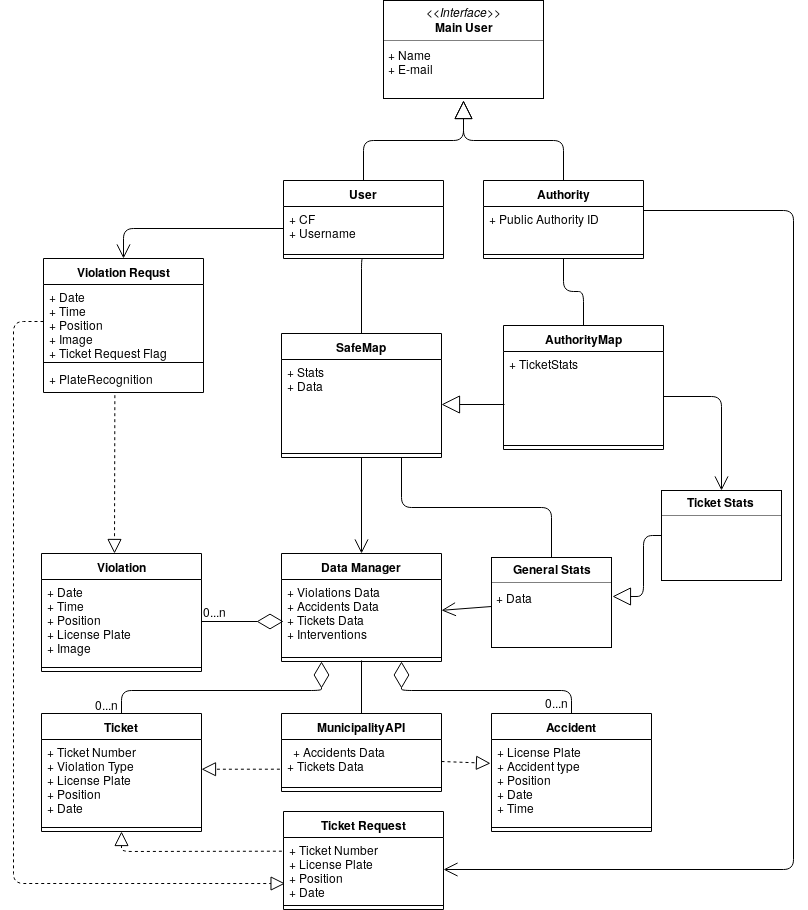
The draw.io diagram RASD2/Images/Diagrams/Class_Diagram.png in adrianomundo/FaddaMundoRota, before a commit. Source tidied: cells renumbered, new cells last; positions are measured from the earlier drawing's top-left corner, leaving out a move shared by most shapes.
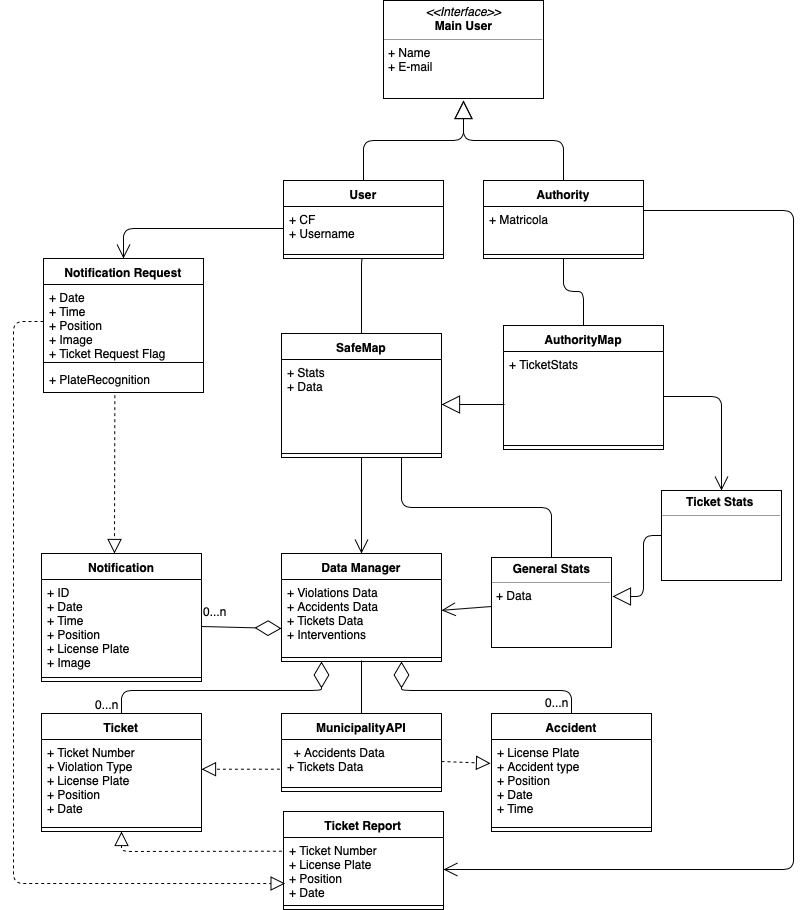
Later version of the same file.

Diff of the diagram source:
```diff
@@ -14,7 +14,7 @@
     <mxCell id="5" value="Authority" style="swimlane;fontStyle=1;align=center;verticalAlign=top;horizontal=1;startSize=26;fillColor=#ffffff;" parent="1" vertex="1">
       <mxGeometry x="470" y="180" width="160" height="78" as="geometry" />
     </mxCell>
-    <mxCell id="6" value="+ Public Authority ID" style="text;strokeColor=none;fillColor=none;align=left;verticalAlign=top;spacingLeft=4;spacingRight=4;overflow=hidden;points=[[0,0.5],[1,0.5]];portConstraint=eastwest;" parent="5" vertex="1">
+    <mxCell id="6" value="+ Matricola" style="text;strokeColor=none;fillColor=none;align=left;verticalAlign=top;spacingLeft=4;spacingRight=4;overflow=hidden;points=[[0,0.5],[1,0.5]];portConstraint=eastwest;" parent="5" vertex="1">
       <mxGeometry y="26" width="160" height="44" as="geometry" />
     </mxCell>
     <mxCell id="7" style="line;strokeWidth=1;fillColor=none;align=left;verticalAlign=middle;spacingTop=-1;spacingLeft=3;spacingRight=3;labelPosition=right;" parent="5" vertex="1">
@@ -41,7 +41,7 @@
     <mxCell id="10" value="&lt;p style=&quot;margin: 0px ; margin-top: 4px ; text-align: center&quot;&gt;&lt;i&gt;&amp;lt;&amp;lt;Interface&amp;gt;&amp;gt;&lt;/i&gt;&lt;br&gt;&lt;b&gt;Main User&lt;/b&gt;&lt;/p&gt;&lt;hr size=&quot;1&quot;&gt;&lt;p style=&quot;margin: 0px ; margin-left: 4px&quot;&gt;+ Name&lt;br&gt;+ E-mail&lt;/p&gt;&lt;p style=&quot;margin: 0px ; margin-left: 4px&quot;&gt;&lt;br&gt;&lt;/p&gt;" style="verticalAlign=top;align=left;overflow=fill;fontSize=12;fontFamily=Helvetica;html=1;rounded=0;fillColor=#ffffff;gradientColor=none;" parent="1" vertex="1">
       <mxGeometry x="370" width="160" height="98" as="geometry" />
     </mxCell>
-    <mxCell id="11" value="Violation Requst" style="swimlane;fontStyle=1;align=center;verticalAlign=top;horizontal=1;startSize=26;rounded=0;fillColor=#ffffff;gradientColor=none;" parent="1" vertex="1">
+    <mxCell id="11" value="Notification Request" style="swimlane;fontStyle=1;align=center;verticalAlign=top;horizontal=1;startSize=26;rounded=0;fillColor=#ffffff;gradientColor=none;" parent="1" vertex="1">
       <mxGeometry x="30" y="258" width="160" height="134" as="geometry" />
     </mxCell>
     <mxCell id="12" value="+ Date&#10;+ Time&#10;+ Position&#10;+ Image&#10;+ Ticket Request Flag" style="text;strokeColor=none;fillColor=none;align=left;verticalAlign=top;spacingLeft=4;spacingRight=4;overflow=hidden;points=[[0,0.5],[1,0.5]];portConstraint=eastwest;" parent="11" vertex="1">
@@ -53,14 +53,14 @@
     <mxCell id="14" value="+ PlateRecognition" style="text;strokeColor=none;fillColor=none;align=left;verticalAlign=top;spacingLeft=4;spacingRight=4;overflow=hidden;points=[[0,0.5],[1,0.5]];portConstraint=eastwest;" parent="11" vertex="1">
       <mxGeometry y="108" width="160" height="26" as="geometry" />
     </mxCell>
-    <mxCell id="15" value="Violation" style="swimlane;fontStyle=1;align=center;verticalAlign=top;horizontal=1;startSize=26;fillColor=#ffffff;" parent="1" vertex="1">
-      <mxGeometry x="28" y="553" width="160" height="118" as="geometry" />
+    <mxCell id="15" value="Notification" style="swimlane;fontStyle=1;align=center;verticalAlign=top;horizontal=1;startSize=26;fillColor=#ffffff;" parent="1" vertex="1">
+      <mxGeometry x="28" y="553" width="160" height="128" as="geometry" />
     </mxCell>
-    <mxCell id="16" value="+ Date&#10;+ Time&#10;+ Position&#10;+ License Plate&#10;+ Image " style="text;strokeColor=none;fillColor=none;align=left;verticalAlign=top;spacingLeft=4;spacingRight=4;overflow=hidden;points=[[0,0.5],[1,0.5]];portConstraint=eastwest;" parent="15" vertex="1">
-      <mxGeometry y="26" width="160" height="84" as="geometry" />
+    <mxCell id="16" value="+ ID&#10;+ Date&#10;+ Time&#10;+ Position&#10;+ License Plate&#10;+ Image" style="text;strokeColor=none;fillColor=none;align=left;verticalAlign=top;spacingLeft=4;spacingRight=4;overflow=hidden;points=[[0,0.5],[1,0.5]];portConstraint=eastwest;" parent="15" vertex="1">
+      <mxGeometry y="26" width="160" height="94" as="geometry" />
     </mxCell>
     <mxCell id="17" style="line;strokeWidth=1;fillColor=none;align=left;verticalAlign=middle;spacingTop=-1;spacingLeft=3;spacingRight=3;labelPosition=right;" parent="15" vertex="1">
-      <mxGeometry y="110" width="160" height="8" as="geometry" />
+      <mxGeometry y="120" width="160" height="8" as="geometry" />
     </mxCell>
     <mxCell id="18" value="Data Manager" style="swimlane;fontStyle=1;align=center;verticalAlign=top;horizontal=1;startSize=26;rounded=0;fillColor=#ffffff;gradientColor=none;" parent="1" vertex="1">
       <mxGeometry x="268" y="553" width="160" height="108" as="geometry" />
@@ -133,7 +133,7 @@
         </Array>
       </mxGeometry>
     </mxCell>
-    <mxCell id="40" value="Ticket Request" style="swimlane;fontStyle=1;align=center;verticalAlign=top;horizontal=1;startSize=26;rounded=0;fillColor=#ffffff;gradientColor=none;" parent="1" vertex="1">
+    <mxCell id="40" value="Ticket Report" style="swimlane;fontStyle=1;align=center;verticalAlign=top;horizontal=1;startSize=26;rounded=0;fillColor=#ffffff;gradientColor=none;" parent="1" vertex="1">
       <mxGeometry x="270" y="811" width="160" height="98" as="geometry" />
     </mxCell>
     <mxCell id="41" value="+ Ticket Number&#10;+ License Plate&#10;+ Position&#10;+ Date" style="text;strokeColor=none;fillColor=none;align=left;verticalAlign=top;spacingLeft=4;spacingRight=4;overflow=hidden;points=[[0,0.5],[1,0.5]];portConstraint=eastwest;" parent="40" vertex="1">
@@ -167,10 +167,8 @@
         </Array>
       </mxGeometry>
     </mxCell>
-    <mxCell id="48" style="endArrow=diamondThin;endFill=0;endSize=24;html=1;exitX=1;exitY=0.5;exitDx=0;exitDy=0;" parent="1" edge="1" source="16">
-      <mxGeometry relative="1" as="geometry">
-        <mxPoint x="270" y="621" as="targetPoint" />
-      </mxGeometry>
+    <mxCell id="48" style="endArrow=diamondThin;endFill=0;endSize=24;html=1;exitX=1;exitY=0.5;exitDx=0;exitDy=0;entryX=0;entryY=0.662;entryDx=0;entryDy=0;entryPerimeter=0;" parent="1" edge="1" source="16" target="19">
+      <mxGeometry relative="1" as="geometry" />
     </mxCell>
     <mxCell id="49" style="endArrow=block;dashed=1;endFill=0;endSize=12;html=1;exitX=-0.01;exitY=0.675;exitDx=0;exitDy=0;exitPerimeter=0;entryX=1;entryY=0.354;entryDx=0;entryDy=0;entryPerimeter=0;" parent="1" edge="1" source="24" target="27">
       <mxGeometry relative="1" as="geometry" />
```
